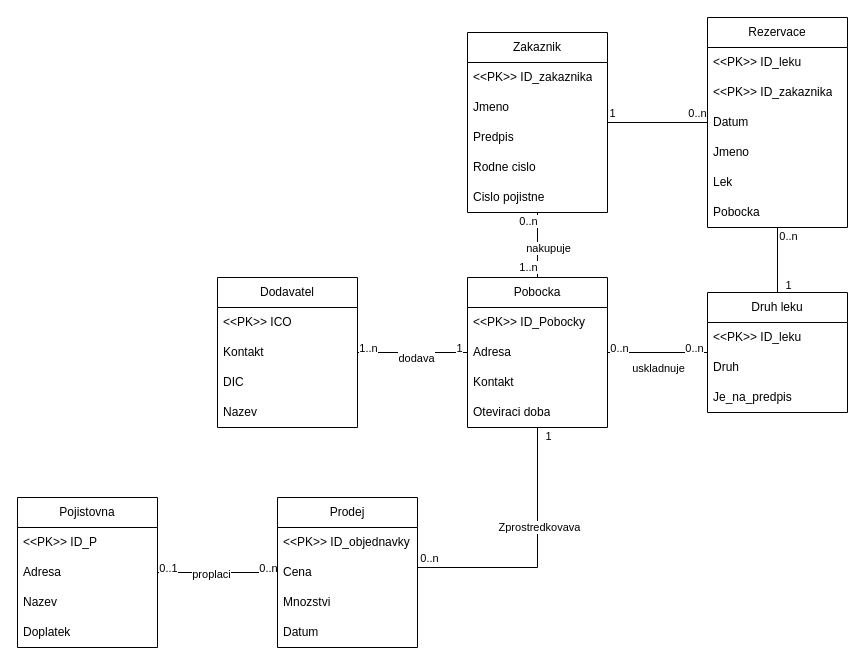
The draw.io diagram IUS projekt ER diagram.drawio in tada66/IUS-projekt, before the edit. Source tidied: cells renumbered, new cells numbered last; positions are measured from the earlier drawing's top-left corner, leaving out a move shared by most shapes. Both pictures are drawn from the tidied source at 100%, with x=0, y=0 at pixel (17, 17).
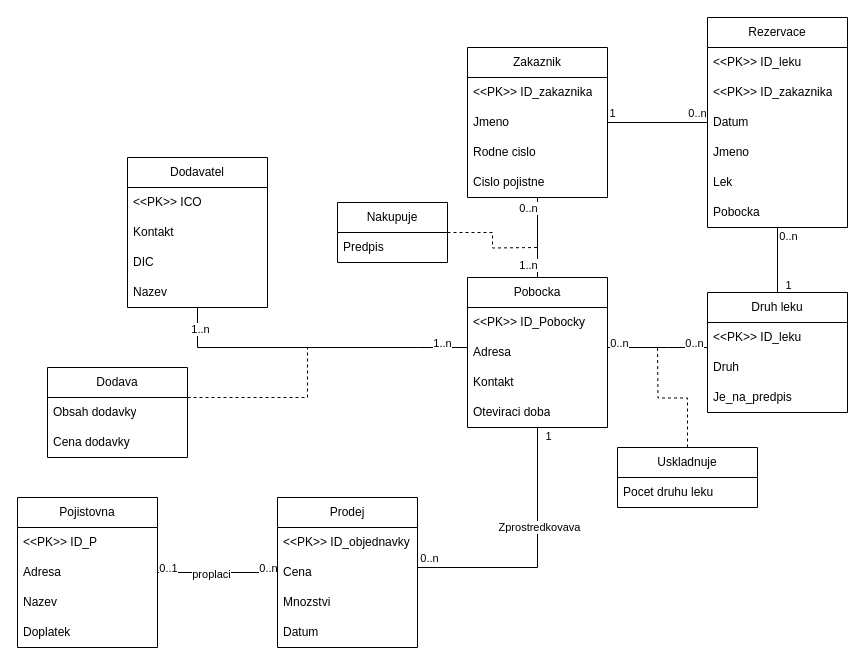
The same page after the edit.

Commit message:
fished the ER diag

The change refers to these unchanged cells:
```xml
<mxCell id="15" value="Druh leku" style="swimlane;fontStyle=0;horizontal=1;startSize=30;whiteSpace=wrap;html=1;" parent="1" vertex="1">
  <mxGeometry x="690" y="275" width="140" height="120" as="geometry" />
</mxCell>
<mxCell id="29" style="edgeStyle=orthogonalEdgeStyle;rounded=0;jettySize=auto;html=1;endArrow=none;endFill=0;" parent="1" edge="1" source="33" target="19">
  <mxGeometry relative="1" as="geometry" />
</mxCell>
<mxCell id="33" value="Pobocka" style="swimlane;fontStyle=0;horizontal=1;startSize=30;whiteSpace=wrap;html=1;" parent="1" vertex="1">
  <mxGeometry x="450" y="260" width="140" height="150" as="geometry" />
</mxCell>
```

The edit, as a diff of the source:
```diff
@@
     <mxCell id="11" style="edgeStyle=orthogonalEdgeStyle;rounded=0;jettySize=auto;html=1;endArrow=none;endFill=0;" parent="1" edge="1" source="15" target="33">
-      <mxGeometry relative="1" as="geometry" />
+      <mxGeometry relative="1" as="geometry">
+        <Array as="points">
+          <mxPoint x="650" y="330" />
+          <mxPoint x="650" y="330" />
+        </Array>
+      </mxGeometry>
     </mxCell>
@@
-    <mxCell id="14" value="uskladnuje" style="edgeLabel;html=1;align=center;verticalAlign=middle;" parent="11" vertex="1">
-      <mxGeometry x="-0.01" y="-1" relative="1" as="geometry">
-        <mxPoint y="16" as="offset" />
-      </mxGeometry>
-    </mxCell>
@@
     <mxCell id="19" value="Zakaznik" style="swimlane;fontStyle=0;horizontal=1;startSize=30;whiteSpace=wrap;html=1;" parent="1" vertex="1">
-      <mxGeometry x="450" y="15" width="140" height="180" as="geometry" />
+      <mxGeometry x="450" y="30" width="140" height="150" as="geometry" />
     </mxCell>
@@
-    <mxCell id="22" value="Predpis" style="text;strokeColor=none;fillColor=none;align=left;verticalAlign=middle;spacingLeft=4;spacingRight=4;overflow=hidden;whiteSpace=wrap;html=1;" parent="19" vertex="1">
-      <mxGeometry y="90" width="140" height="30" as="geometry" />
-    </mxCell>
     <mxCell id="23" value="Rodne cislo" style="text;strokeColor=none;fillColor=none;align=left;verticalAlign=middle;spacingLeft=4;spacingRight=4;overflow=hidden;whiteSpace=wrap;html=1;" parent="19" vertex="1">
-      <mxGeometry y="120" width="140" height="30" as="geometry" />
+      <mxGeometry y="90" width="140" height="30" as="geometry" />
     </mxCell>
     <mxCell id="24" value="Cislo pojistne" style="text;strokeColor=none;fillColor=none;align=left;verticalAlign=middle;spacingLeft=4;spacingRight=4;overflow=hidden;whiteSpace=wrap;html=1;" parent="19" vertex="1">
-      <mxGeometry y="150" width="140" height="30" as="geometry" />
+      <mxGeometry y="120" width="140" height="30" as="geometry" />
     </mxCell>
@@
-    <mxCell id="32" value="nakupuje" style="edgeLabel;html=1;align=center;verticalAlign=middle;" parent="29" vertex="1">
-      <mxGeometry x="0.24" relative="1" as="geometry">
-        <mxPoint x="10" y="10" as="offset" />
-      </mxGeometry>
-    </mxCell>
@@
     <mxCell id="38" style="edgeStyle=orthogonalEdgeStyle;rounded=0;jettySize=auto;html=1;endArrow=none;endFill=0;" parent="1" edge="1" source="42" target="33">
-      <mxGeometry relative="1" as="geometry" />
+      <mxGeometry relative="1" as="geometry">
+        <Array as="points">
+          <mxPoint x="400" y="330" />
+          <mxPoint x="400" y="330" />
+        </Array>
+      </mxGeometry>
     </mxCell>
-    <mxCell id="39" value="1" style="edgeLabel;html=1;align=center;verticalAlign=middle;" parent="38" vertex="1">
+    <mxCell id="39" value="1..n" style="edgeLabel;html=1;align=center;verticalAlign=middle;" parent="38" vertex="1">
       <mxGeometry x="0.83" y="-1" relative="1" as="geometry">
         <mxPoint y="-6" as="offset" />
       </mxGeometry>
     </mxCell>
@@
-    <mxCell id="41" value="dodava" style="edgeLabel;html=1;align=center;verticalAlign=middle;" parent="38" vertex="1">
-      <mxGeometry x="0.05" relative="1" as="geometry">
-        <mxPoint y="5" as="offset" />
-      </mxGeometry>
-    </mxCell>
     <mxCell id="42" value="Dodavatel" style="swimlane;fontStyle=0;horizontal=1;startSize=30;whiteSpace=wrap;html=1;" parent="1" vertex="1">
-      <mxGeometry x="200" y="260" width="140" height="150" as="geometry" />
+      <mxGeometry x="110" y="140" width="140" height="150" as="geometry" />
     </mxCell>
@@
+    <mxCell id="65" style="edgeStyle=orthogonalEdgeStyle;rounded=0;jettySize=auto;html=1;endArrow=none;endFill=0;dashed=1;" parent="1" edge="1" source="66">
+      <mxGeometry relative="1" as="geometry">
+        <mxPoint x="640" y="330" as="targetPoint" />
+      </mxGeometry>
+    </mxCell>
+    <mxCell id="66" value="Uskladnuje" style="swimlane;fontStyle=0;horizontal=1;startSize=30;whiteSpace=wrap;html=1;" parent="1" vertex="1">
+      <mxGeometry x="600" y="430" width="140" height="60" as="geometry" />
+    </mxCell>
+    <mxCell id="67" value="Pocet druhu leku" style="text;strokeColor=none;fillColor=none;align=left;verticalAlign=middle;spacingLeft=4;spacingRight=4;overflow=hidden;whiteSpace=wrap;html=1;" parent="66" vertex="1">
+      <mxGeometry y="30" width="140" height="30" as="geometry" />
+    </mxCell>
+    <mxCell id="68" style="edgeStyle=orthogonalEdgeStyle;rounded=0;jettySize=auto;html=1;endArrow=none;endFill=0;dashed=1;" parent="1" edge="1" source="69">
+      <mxGeometry relative="1" as="geometry">
+        <mxPoint x="290" y="330" as="targetPoint" />
+        <Array as="points">
+          <mxPoint x="290" y="380" />
+          <mxPoint x="290" y="330" />
+        </Array>
+      </mxGeometry>
+    </mxCell>
+    <mxCell id="69" value="Dodava" style="swimlane;fontStyle=0;horizontal=1;startSize=30;whiteSpace=wrap;html=1;" parent="1" vertex="1">
+      <mxGeometry x="30" y="350" width="140" height="90" as="geometry" />
+    </mxCell>
+    <mxCell id="70" value="Obsah dodavky" style="text;strokeColor=none;fillColor=none;align=left;verticalAlign=middle;spacingLeft=4;spacingRight=4;overflow=hidden;whiteSpace=wrap;html=1;" parent="69" vertex="1">
+      <mxGeometry y="30" width="140" height="30" as="geometry" />
+    </mxCell>
+    <mxCell id="71" value="Cena dodavky" style="text;strokeColor=none;fillColor=none;align=left;verticalAlign=middle;spacingLeft=4;spacingRight=4;overflow=hidden;whiteSpace=wrap;html=1;" parent="69" vertex="1">
+      <mxGeometry y="60" width="140" height="30" as="geometry" />
+    </mxCell>
+    <mxCell id="72" style="edgeStyle=orthogonalEdgeStyle;rounded=0;jettySize=auto;html=1;endArrow=none;endFill=0;dashed=1;" parent="1" edge="1" source="73">
+      <mxGeometry relative="1" as="geometry">
+        <mxPoint x="520" y="230" as="targetPoint" />
+      </mxGeometry>
+    </mxCell>
+    <mxCell id="73" value="Nakupuje" style="swimlane;fontStyle=0;horizontal=1;startSize=30;whiteSpace=wrap;html=1;" parent="1" vertex="1">
+      <mxGeometry x="320" y="185" width="110" height="60" as="geometry" />
+    </mxCell>
+    <mxCell id="22" value="Predpis" style="text;strokeColor=none;fillColor=none;align=left;verticalAlign=middle;spacingLeft=4;spacingRight=4;overflow=hidden;whiteSpace=wrap;html=1;" parent="73" vertex="1">
+      <mxGeometry y="30" width="110" height="30" as="geometry" />
+    </mxCell>
```
